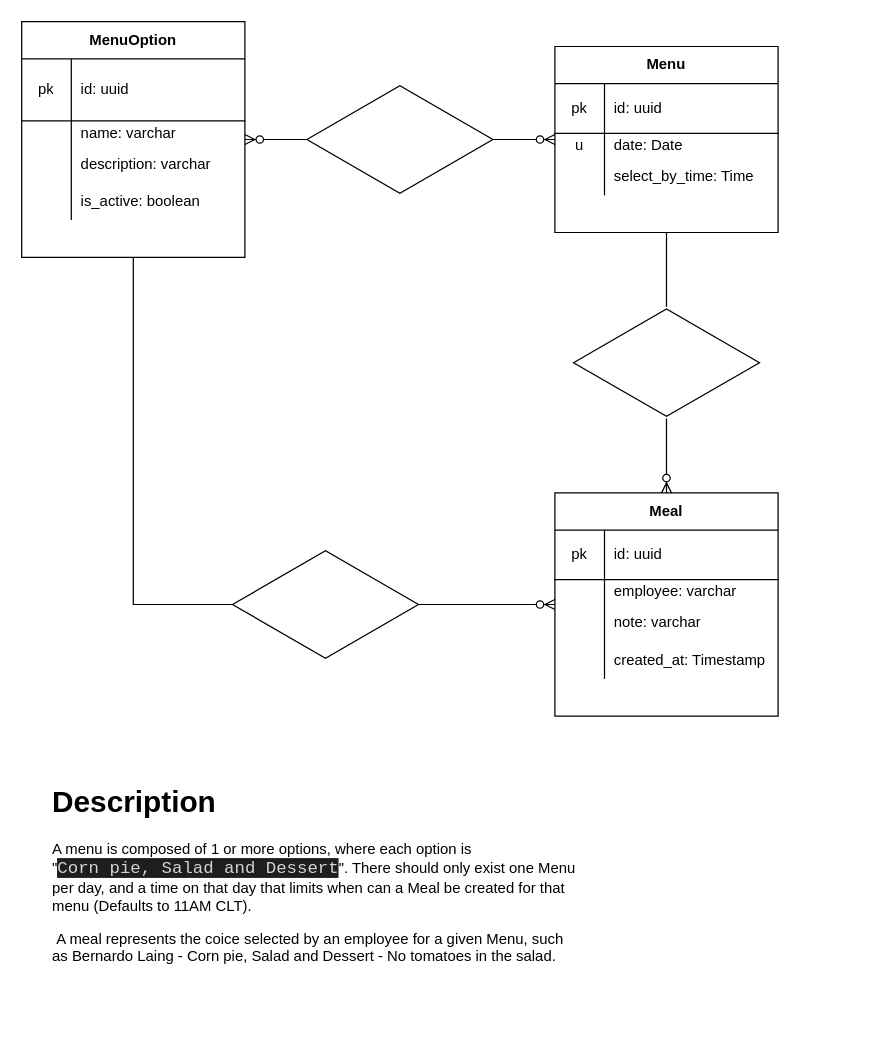
The draw.io diagram cornershop-backend-test/docs/db.drawio in BLaingb/backend-test-laing, before the edit. Source tidied: cells renumbered, new cells numbered last; positions are measured from the earlier drawing's top-left corner, leaving out a move shared by most shapes. Both pictures are drawn from the tidied source at 124%, with x=0, y=0 at pixel (21, 21).
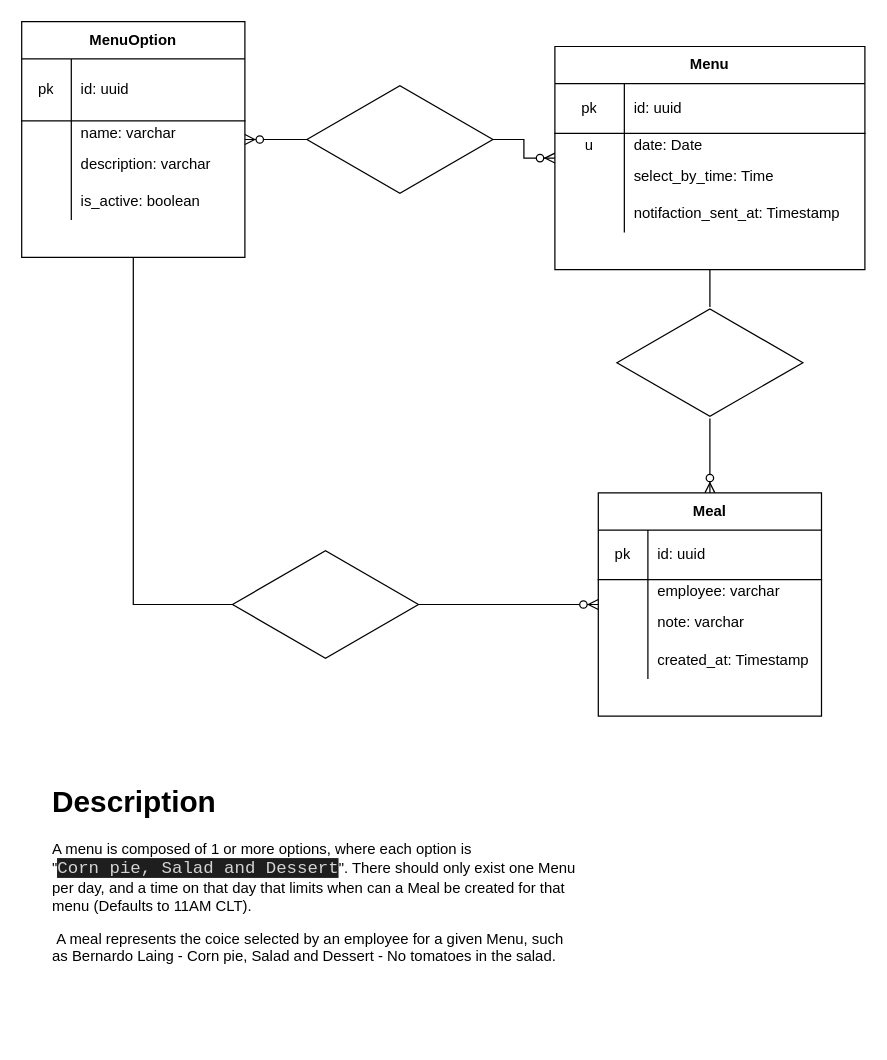
The same page after the edit.

Commit message (it also covers changes not shown here):
Add notification_sent_at to Menu

Diff of the diagram source:
```diff
@@
     <mxCell id="3" value="Menu" style="shape=table;html=1;whiteSpace=wrap;startSize=30;childLayout=tableLayout;rowLines=0;fontStyle=1;align=center;" parent="1" vertex="1">
-      <mxGeometry x="430" y="20" width="180" height="150" as="geometry" />
+      <mxGeometry x="430" y="20" width="250" height="180" as="geometry" />
     </mxCell>
     <mxCell id="4" style="shape=partialRectangle;html=1;whiteSpace=wrap;fillColor=none;top=0;left=0;bottom=1;right=0;" parent="3" vertex="1">
-      <mxGeometry y="30" width="180" height="40" as="geometry" />
+      <mxGeometry y="30" width="250" height="40" as="geometry" />
     </mxCell>
     <mxCell id="5" value="pk" style="shape=partialRectangle;html=1;whiteSpace=wrap;fillColor=none;top=0;left=0;bottom=0;right=0;overflow=hidden;" parent="4" vertex="1">
-      <mxGeometry width="40" height="40" as="geometry" />
+      <mxGeometry width="56" height="40" as="geometry" />
     </mxCell>
     <mxCell id="6" value="id: uuid" style="shape=partialRectangle;html=1;whiteSpace=wrap;fillColor=none;top=0;left=0;bottom=0;right=0;align=left;spacingLeft=6;overflow=hidden;" parent="4" vertex="1">
-      <mxGeometry x="40" width="140" height="40" as="geometry" />
+      <mxGeometry x="56" width="194" height="40" as="geometry" />
     </mxCell>
     <mxCell id="7" style="shape=partialRectangle;html=1;whiteSpace=wrap;fillColor=none;top=0;left=0;bottom=0;right=0;" parent="3" vertex="1">
-      <mxGeometry y="70" width="180" height="20" as="geometry" />
+      <mxGeometry y="70" width="250" height="20" as="geometry" />
     </mxCell>
     <mxCell id="8" value="u" style="shape=partialRectangle;html=1;whiteSpace=wrap;fillColor=none;top=0;left=0;bottom=0;right=0;overflow=hidden;" parent="7" vertex="1">
-      <mxGeometry width="40" height="20" as="geometry" />
+      <mxGeometry width="56" height="20" as="geometry" />
     </mxCell>
     <mxCell id="9" value="date: Date" style="shape=partialRectangle;html=1;whiteSpace=wrap;fillColor=none;top=0;left=0;bottom=0;right=0;align=left;spacingLeft=6;overflow=hidden;" parent="7" vertex="1">
-      <mxGeometry x="40" width="140" height="20" as="geometry" />
+      <mxGeometry x="56" width="194" height="20" as="geometry" />
     </mxCell>
     <mxCell id="10" style="shape=partialRectangle;html=1;whiteSpace=wrap;fillColor=none;top=0;left=0;bottom=0;right=0;" parent="3" vertex="1">
-      <mxGeometry y="90" width="180" height="30" as="geometry" />
+      <mxGeometry y="90" width="250" height="30" as="geometry" />
     </mxCell>
     <mxCell id="11" style="shape=partialRectangle;html=1;whiteSpace=wrap;fillColor=none;top=0;left=0;bottom=0;right=0;overflow=hidden;" parent="10" vertex="1">
-      <mxGeometry width="40" height="30" as="geometry" />
+      <mxGeometry width="56" height="30" as="geometry" />
     </mxCell>
     <mxCell id="12" value="select_by_time: Time" style="shape=partialRectangle;html=1;whiteSpace=wrap;fillColor=none;top=0;left=0;bottom=0;right=0;align=left;spacingLeft=6;overflow=hidden;" parent="10" vertex="1">
-      <mxGeometry x="40" width="140" height="30" as="geometry" />
+      <mxGeometry x="56" width="194" height="30" as="geometry" />
     </mxCell>
+    <mxCell id="49" style="shape=partialRectangle;html=1;whiteSpace=wrap;fillColor=none;top=0;left=0;bottom=0;right=0;" parent="3" vertex="1">
+      <mxGeometry y="120" width="250" height="30" as="geometry" />
+    </mxCell>
+    <mxCell id="50" style="shape=partialRectangle;html=1;whiteSpace=wrap;fillColor=none;top=0;left=0;bottom=0;right=0;overflow=hidden;" parent="49" vertex="1">
+      <mxGeometry width="56" height="30" as="geometry" />
+    </mxCell>
+    <mxCell id="51" value="notifaction_sent_at: Timestamp" style="shape=partialRectangle;html=1;whiteSpace=wrap;fillColor=none;top=0;left=0;bottom=0;right=0;align=left;spacingLeft=6;overflow=hidden;" parent="49" vertex="1">
+      <mxGeometry x="56" width="194" height="30" as="geometry" />
+    </mxCell>
@@
     <mxCell id="30" value="Meal" style="shape=table;html=1;whiteSpace=wrap;startSize=30;childLayout=tableLayout;rowLines=0;fontStyle=1;align=center;" parent="1" vertex="1">
-      <mxGeometry x="430" y="380" width="180" height="180" as="geometry" />
+      <mxGeometry x="465" y="380" width="180" height="180" as="geometry" />
     </mxCell>
@@
     <mxCell id="44" style="html=1;whiteSpace=wrap;shape=isoRectangle;" parent="1" vertex="1">
-      <mxGeometry x="445" y="230" width="150" height="90" as="geometry" />
+      <mxGeometry x="480" y="230" width="150" height="90" as="geometry" />
     </mxCell>
```
